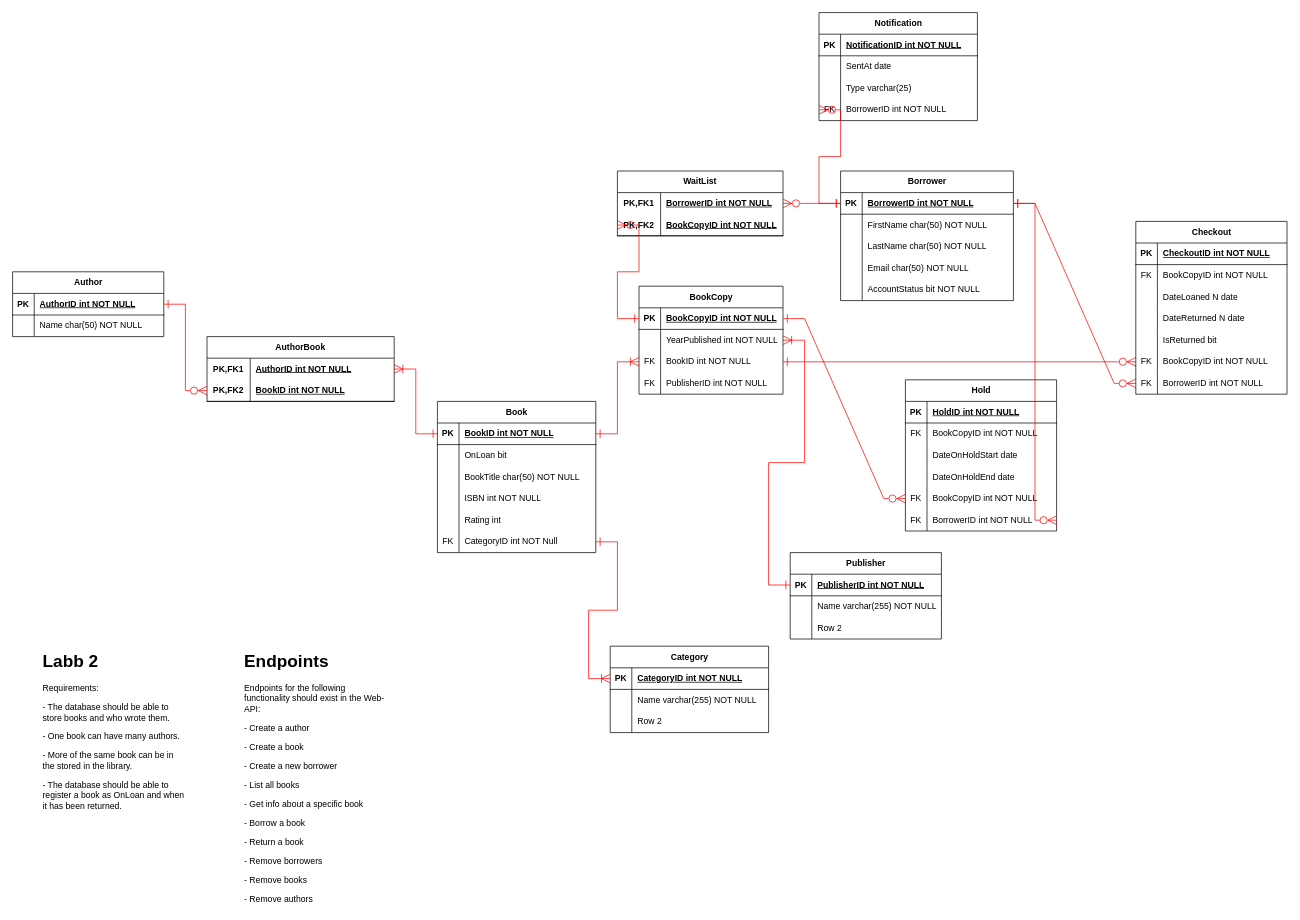
The draw.io diagram LibraryER.drawio in Farahalh/LibraryWebApplication, before the edit. Source tidied: cells renumbered, new cells numbered last; positions are measured from the earlier drawing's top-left corner, leaving out a move shared by most shapes. Both pictures are drawn from the tidied source at 72%, with x=0, y=0 at pixel (12, 12).
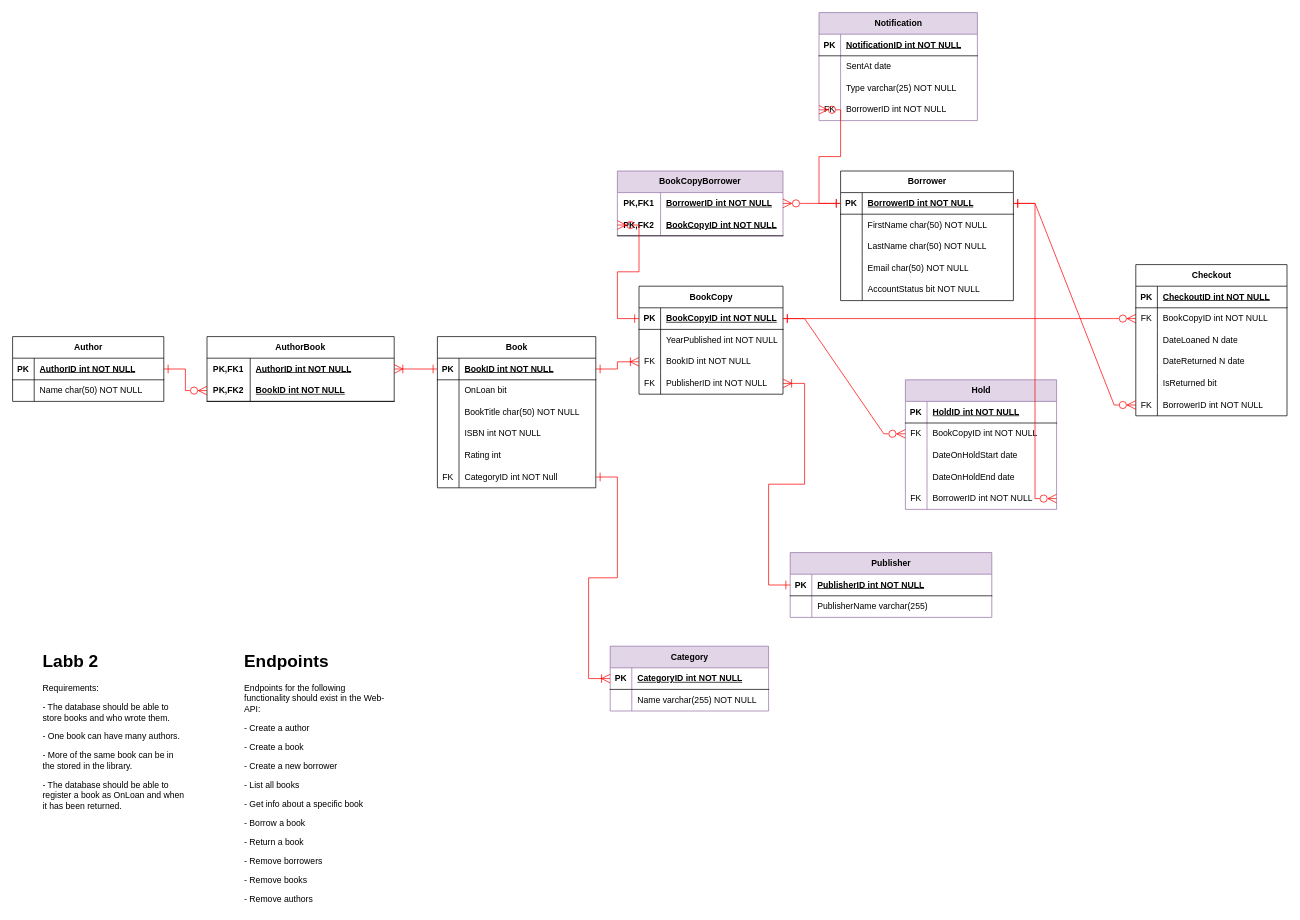
After the change.

Unchanged cells that the change refers to:
```xml
<mxCell id="67" style="shape=tableRow;horizontal=0;startSize=0;swimlaneHead=0;swimlaneBody=0;fillColor=none;points=[[0,0.5],[1,0.5]];portConstraint=eastwest;top=0;left=0;right=0;bottom=1;" parent="66" vertex="1">
  <mxGeometry y="30" width="200" height="30" as="geometry" />
</mxCell>
<mxCell id="70" style="shape=tableRow;horizontal=0;startSize=0;swimlaneHead=0;swimlaneBody=0;fillColor=none;points=[[0,0.5],[1,0.5]];portConstraint=eastwest;top=0;left=0;right=0;bottom=0;" parent="66" vertex="1">
  <mxGeometry y="60" width="200" height="30" as="geometry" />
</mxCell>
<mxCell id="73" style="shape=tableRow;horizontal=0;startSize=0;swimlaneHead=0;swimlaneBody=0;fillColor=none;points=[[0,0.5],[1,0.5]];portConstraint=eastwest;top=0;left=0;right=0;bottom=0;" parent="66" vertex="1">
  <mxGeometry y="90" width="200" height="30" as="geometry" />
</mxCell>
<mxCell id="76" style="shape=tableRow;horizontal=0;startSize=0;swimlaneHead=0;swimlaneBody=0;fillColor=none;points=[[0,0.5],[1,0.5]];portConstraint=eastwest;top=0;left=0;right=0;bottom=0;" parent="66" vertex="1">
  <mxGeometry y="120" width="200" height="30" as="geometry" />
</mxCell>
<mxCell id="96" style="shape=tableRow;horizontal=0;startSize=0;swimlaneHead=0;swimlaneBody=0;fillColor=none;points=[[0,0.5],[1,0.5]];portConstraint=eastwest;top=0;left=0;right=0;bottom=0;" parent="92" vertex="1">
  <mxGeometry y="60" width="210" height="30" as="geometry" />
</mxCell>
<mxCell id="119" style="shape=tableRow;horizontal=0;startSize=0;swimlaneHead=0;swimlaneBody=0;fillColor=none;points=[[0,0.5],[1,0.5]];portConstraint=eastwest;top=0;left=0;right=0;bottom=0;" parent="115" vertex="1">
  <mxGeometry y="60" width="210" height="30" as="geometry" />
</mxCell>
<mxCell id="152" style="shape=tableRow;horizontal=0;startSize=0;swimlaneHead=0;swimlaneBody=0;fillColor=none;top=0;left=0;right=0;bottom=0;" parent="145" vertex="1">
  <mxGeometry y="90" width="220" height="30" as="geometry" />
</mxCell>
```

What changed in the source:
```diff
@@
     <mxCell id="2" value="Author" style="shape=table;startSize=30;childLayout=tableLayout;rowLines=0;fontStyle=1;align=center;html=1;" parent="1" vertex="1">
-      <mxGeometry y="360" width="210" height="90" as="geometry" />
+      <mxGeometry y="450" width="210" height="90" as="geometry" />
     </mxCell>
@@
     <mxCell id="9" value="Book" style="shape=table;startSize=30;childLayout=tableLayout;rowLines=0;fontStyle=1;align=center;html=1;" parent="1" vertex="1">
-      <mxGeometry x="590" y="540" width="220" height="210" as="geometry" />
+      <mxGeometry x="590" y="450" width="220" height="210" as="geometry" />
     </mxCell>
@@
-    <mxCell id="55" value="Category" style="shape=table;startSize=30;childLayout=tableLayout;rowLines=0;fontStyle=1;align=center;html=1;" parent="1" vertex="1">
-      <mxGeometry x="830" y="880" width="220" height="120" as="geometry" />
+    <mxCell id="55" value="Category" style="shape=table;startSize=30;childLayout=tableLayout;rowLines=0;fontStyle=1;align=center;html=1;fillColor=#e1d5e7;strokeColor=#9673a6;" parent="1" vertex="1">
+      <mxGeometry x="830" y="880" width="220" height="90" as="geometry" />
     </mxCell>
@@
-    <mxCell id="62" style="shape=tableRow;horizontal=0;startSize=0;swimlaneHead=0;swimlaneBody=0;fillColor=none;top=0;left=0;right=0;bottom=0;" parent="55" vertex="1">
-      <mxGeometry y="90" width="220" height="30" as="geometry" />
-    </mxCell>
-    <mxCell id="63" style="shape=partialRectangle;fillColor=none;top=0;left=0;bottom=0;right=0;overflow=hidden;whiteSpace=wrap;html=1;" parent="62" vertex="1">
-      <mxGeometry width="30" height="30" as="geometry" />
-    </mxCell>
-    <mxCell id="64" value="Row 2" style="shape=partialRectangle;fillColor=none;top=0;left=0;bottom=0;right=0;align=left;spacingLeft=6;overflow=hidden;whiteSpace=wrap;html=1;" parent="62" vertex="1">
-      <mxGeometry x="30" width="190" height="30" as="geometry" />
-    </mxCell>
@@
-    <mxCell id="80" value="Publisher" style="shape=table;startSize=30;childLayout=tableLayout;rowLines=0;fontStyle=1;align=center;html=1;" parent="1" vertex="1">
-      <mxGeometry x="1080" y="750" width="210" height="120" as="geometry" />
+    <mxCell id="80" value="Publisher" style="shape=table;startSize=30;childLayout=tableLayout;rowLines=0;fontStyle=1;align=center;html=1;fillColor=#e1d5e7;strokeColor=#9673a6;" parent="1" vertex="1">
+      <mxGeometry x="1080" y="750" width="280" height="90" as="geometry" />
     </mxCell>
     <mxCell id="81" style="shape=tableRow;horizontal=0;startSize=0;swimlaneHead=0;swimlaneBody=0;fillColor=none;points=[[0,0.5],[1,0.5]];portConstraint=eastwest;top=0;left=0;right=0;bottom=1;" parent="80" vertex="1">
-      <mxGeometry y="30" width="210" height="30" as="geometry" />
+      <mxGeometry y="30" width="280" height="30" as="geometry" />
     </mxCell>
@@
     <mxCell id="83" value="PublisherID int NOT NULL" style="shape=partialRectangle;fillColor=none;top=0;left=0;bottom=0;right=0;align=left;spacingLeft=6;fontStyle=5;overflow=hidden;whiteSpace=wrap;html=1;" parent="81" vertex="1">
-      <mxGeometry x="30" width="180" height="30" as="geometry" />
+      <mxGeometry x="30" width="250" height="30" as="geometry" />
     </mxCell>
     <mxCell id="84" style="shape=tableRow;horizontal=0;startSize=0;swimlaneHead=0;swimlaneBody=0;fillColor=none;top=0;left=0;right=0;bottom=0;" parent="80" vertex="1">
-      <mxGeometry y="60" width="210" height="30" as="geometry" />
+      <mxGeometry y="60" width="280" height="30" as="geometry" />
     </mxCell>
@@
-    <mxCell id="86" value="Name varchar(255) NOT NULL" style="shape=partialRectangle;fillColor=none;top=0;left=0;bottom=0;right=0;align=left;spacingLeft=6;overflow=hidden;whiteSpace=wrap;html=1;" parent="84" vertex="1">
-      <mxGeometry x="30" width="180" height="30" as="geometry" />
+    <mxCell id="86" value="PublisherName varchar(255)&amp;nbsp;" style="shape=partialRectangle;fillColor=none;top=0;left=0;bottom=0;right=0;align=left;spacingLeft=6;overflow=hidden;whiteSpace=wrap;html=1;" parent="84" vertex="1">
+      <mxGeometry x="30" width="250" height="30" as="geometry" />
     </mxCell>
-    <mxCell id="87" style="shape=tableRow;horizontal=0;startSize=0;swimlaneHead=0;swimlaneBody=0;fillColor=none;top=0;left=0;right=0;bottom=0;" parent="80" vertex="1">
-      <mxGeometry y="90" width="210" height="30" as="geometry" />
-    </mxCell>
-    <mxCell id="88" style="shape=partialRectangle;fillColor=none;top=0;left=0;bottom=0;right=0;overflow=hidden;whiteSpace=wrap;html=1;" parent="87" vertex="1">
-      <mxGeometry width="30" height="30" as="geometry" />
-    </mxCell>
-    <mxCell id="89" value="Row 2" style="shape=partialRectangle;fillColor=none;top=0;left=0;bottom=0;right=0;align=left;spacingLeft=6;overflow=hidden;whiteSpace=wrap;html=1;" parent="87" vertex="1">
-      <mxGeometry x="30" width="180" height="30" as="geometry" />
-    </mxCell>
-    <mxCell id="90" style="edgeStyle=entityRelationEdgeStyle;fontSize=12;html=1;endArrow=ERone;rounded=0;exitX=1;exitY=0.5;exitDx=0;exitDy=0;startArrow=ERoneToMany;startFill=0;endFill=0;entryX=0;entryY=0.5;entryDx=0;entryDy=0;endSize=10;startSize=10;strokeColor=light-dark(#ff0000, #ededed);" parent="1" edge="1" source="70" target="81">
+    <mxCell id="90" style="edgeStyle=entityRelationEdgeStyle;fontSize=12;html=1;endArrow=ERone;rounded=0;exitX=1;exitY=0.5;exitDx=0;exitDy=0;startArrow=ERoneToMany;startFill=0;endFill=0;entryX=0;entryY=0.5;entryDx=0;entryDy=0;endSize=10;startSize=10;strokeColor=light-dark(#ff0000, #ededed);" parent="1" edge="1" source="76" target="81">
       <mxGeometry relative="1" as="geometry" />
     </mxCell>
-    <mxCell id="91" style="edgeStyle=entityRelationEdgeStyle;fontSize=12;html=1;endArrow=ERone;rounded=0;entryX=1;entryY=0.5;entryDx=0;entryDy=0;exitX=0;exitY=0.5;exitDx=0;exitDy=0;startArrow=ERzeroToMany;startFill=0;endFill=0;endSize=10;startSize=10;strokeColor=light-dark(#ff0000, #ededed);" parent="1" edge="1" source="108" target="73">
+    <mxCell id="91" style="edgeStyle=entityRelationEdgeStyle;fontSize=12;html=1;endArrow=ERone;rounded=0;entryX=1;entryY=0.5;entryDx=0;entryDy=0;exitX=0;exitY=0.5;exitDx=0;exitDy=0;startArrow=ERzeroToMany;startFill=0;endFill=0;endSize=10;startSize=10;strokeColor=light-dark(#ff0000, #ededed);" parent="1" edge="1" source="96" target="67">
       <mxGeometry relative="1" as="geometry" />
     </mxCell>
     <mxCell id="92" value="Checkout" style="shape=table;startSize=30;childLayout=tableLayout;rowLines=0;fontStyle=1;align=center;html=1;" parent="1" vertex="1">
-      <mxGeometry x="1560" y="290" width="210" height="240" as="geometry" />
+      <mxGeometry x="1560" y="350" width="210" height="210" as="geometry" />
     </mxCell>
@@
-    <mxCell id="108" style="shape=tableRow;horizontal=0;startSize=0;swimlaneHead=0;swimlaneBody=0;fillColor=none;points=[[0,0.5],[1,0.5]];portConstraint=eastwest;top=0;left=0;right=0;bottom=0;" parent="92" vertex="1">
-      <mxGeometry y="180" width="210" height="30" as="geometry" />
-    </mxCell>
-    <mxCell id="109" value="&lt;span style=&quot;text-wrap-mode: nowrap;&quot;&gt;FK&lt;/span&gt;" style="shape=partialRectangle;fillColor=none;top=0;left=0;bottom=0;right=0;overflow=hidden;whiteSpace=wrap;html=1;" parent="108" vertex="1">
-      <mxGeometry width="30" height="30" as="geometry" />
-    </mxCell>
-    <mxCell id="110" value="BookCopyID int NOT NULL" style="shape=partialRectangle;fillColor=none;top=0;left=0;bottom=0;right=0;align=left;spacingLeft=6;overflow=hidden;whiteSpace=wrap;html=1;" parent="108" vertex="1">
-      <mxGeometry x="30" width="180" height="30" as="geometry" />
-    </mxCell>
     <mxCell id="111" style="shape=tableRow;horizontal=0;startSize=0;swimlaneHead=0;swimlaneBody=0;fillColor=none;points=[[0,0.5],[1,0.5]];portConstraint=eastwest;top=0;left=0;right=0;bottom=0;" parent="92" vertex="1">
-      <mxGeometry y="210" width="210" height="30" as="geometry" />
+      <mxGeometry y="180" width="210" height="30" as="geometry" />
     </mxCell>
@@
-    <mxCell id="115" value="Hold" style="shape=table;startSize=30;childLayout=tableLayout;rowLines=0;fontStyle=1;align=center;html=1;" parent="1" vertex="1">
-      <mxGeometry x="1240" y="510" width="210" height="210" as="geometry" />
+    <mxCell id="115" value="Hold" style="shape=table;startSize=30;childLayout=tableLayout;rowLines=0;fontStyle=1;align=center;html=1;fillColor=#e1d5e7;strokeColor=#9673a6;" parent="1" vertex="1">
+      <mxGeometry x="1240" y="510" width="210" height="180" as="geometry" />
     </mxCell>
@@
-    <mxCell id="128" style="shape=tableRow;horizontal=0;startSize=0;swimlaneHead=0;swimlaneBody=0;fillColor=none;points=[[0,0.5],[1,0.5]];portConstraint=eastwest;top=0;left=0;right=0;bottom=0;" parent="115" vertex="1">
-      <mxGeometry y="150" width="210" height="30" as="geometry" />
-    </mxCell>
-    <mxCell id="129" value="&lt;span style=&quot;text-wrap-mode: nowrap;&quot;&gt;FK&lt;/span&gt;" style="shape=partialRectangle;fillColor=none;top=0;left=0;bottom=0;right=0;overflow=hidden;whiteSpace=wrap;html=1;" parent="128" vertex="1">
-      <mxGeometry width="30" height="30" as="geometry" />
-    </mxCell>
-    <mxCell id="130" value="BookCopyID int NOT NULL" style="shape=partialRectangle;fillColor=none;top=0;left=0;bottom=0;right=0;align=left;spacingLeft=6;overflow=hidden;whiteSpace=wrap;html=1;" parent="128" vertex="1">
-      <mxGeometry x="30" width="180" height="30" as="geometry" />
-    </mxCell>
     <mxCell id="131" style="shape=tableRow;horizontal=0;startSize=0;swimlaneHead=0;swimlaneBody=0;fillColor=none;points=[[0,0.5],[1,0.5]];portConstraint=eastwest;top=0;left=0;right=0;bottom=0;" parent="115" vertex="1">
-      <mxGeometry y="180" width="210" height="30" as="geometry" />
+      <mxGeometry y="150" width="210" height="30" as="geometry" />
     </mxCell>
@@
-    <mxCell id="134" style="edgeStyle=entityRelationEdgeStyle;fontSize=12;html=1;endArrow=ERone;rounded=0;exitX=0;exitY=0.5;exitDx=0;exitDy=0;startArrow=ERzeroToMany;startFill=0;endFill=0;entryX=1;entryY=0.5;entryDx=0;entryDy=0;endSize=10;startSize=10;strokeColor=light-dark(#ff0000, #ededed);" parent="1" edge="1" source="128" target="67">
+    <mxCell id="134" style="edgeStyle=entityRelationEdgeStyle;fontSize=12;html=1;endArrow=ERone;rounded=0;exitX=0;exitY=0.5;exitDx=0;exitDy=0;startArrow=ERzeroToMany;startFill=0;endFill=0;entryX=1;entryY=0.5;entryDx=0;entryDy=0;endSize=10;startSize=10;strokeColor=light-dark(#ff0000, #ededed);" parent="1" edge="1" source="119" target="67">
       <mxGeometry relative="1" as="geometry" />
     </mxCell>
@@
-    <mxCell id="136" value="WaitList" style="shape=table;startSize=30;childLayout=tableLayout;rowLines=0;fontStyle=1;align=center;html=1;whiteSpace=wrap;" parent="1" vertex="1">
+    <mxCell id="136" value="BookCopyBorrower" style="shape=table;startSize=30;childLayout=tableLayout;rowLines=0;fontStyle=1;align=center;html=1;whiteSpace=wrap;fillColor=#e1d5e7;strokeColor=#9673a6;" parent="1" vertex="1">
       <mxGeometry x="840" y="220" width="230" height="90" as="geometry" />
     </mxCell>
@@
-    <mxCell id="145" value="Notification" style="shape=table;startSize=30;childLayout=tableLayout;rowLines=0;fontStyle=1;align=center;html=1;" parent="1" vertex="1">
+    <mxCell id="145" value="Notification" style="shape=table;startSize=30;childLayout=tableLayout;rowLines=0;fontStyle=1;align=center;html=1;fillColor=#e1d5e7;strokeColor=#9673a6;" parent="1" vertex="1">
       <mxGeometry x="1120" width="220" height="150" as="geometry" />
     </mxCell>
@@
-    <mxCell id="154" value="Type varchar(25)" style="shape=partialRectangle;fillColor=none;top=0;left=0;bottom=0;right=0;align=left;spacingLeft=6;overflow=hidden;whiteSpace=wrap;html=1;" parent="152" vertex="1">
+    <mxCell id="154" value="Type varchar(25) NOT NULL" style="shape=partialRectangle;fillColor=none;top=0;left=0;bottom=0;right=0;align=left;spacingLeft=6;overflow=hidden;whiteSpace=wrap;html=1;" parent="152" vertex="1">
       <mxGeometry x="30" width="190" height="30" as="geometry" />
     </mxCell>
```
